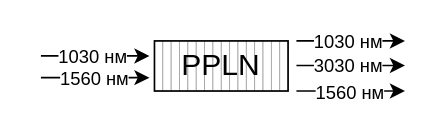
This is Presentation/images/ppln.drawio from 3dsoundfromtagan/Russian-Phd-LaTeX-Dissertation-Template, a draw.io file, before an edit. Source tidied: cells renumbered, new cells numbered last; positions are measured from the earlier drawing's top-left corner, leaving out a move shared by most shapes. Both pictures are drawn from the tidied source at 167%, with x=0, y=0 at pixel (40, 40).
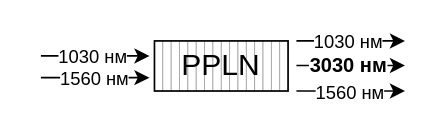
Above is the later version.

Change to the diagram source:
```diff
@@
-    <mxCell id="4" style="endArrow=classic;html=1;rounded=0;" parent="1" edge="1">
+    <mxCell id="4" style="endArrow=classic;html=1;rounded=0;fontSize=15;" parent="1" edge="1">
       <mxGeometry relative="1" as="geometry">
         <mxPoint x="153" y="14.7" as="sourcePoint" />
         <mxPoint x="218" y="14.7" as="targetPoint" />
       </mxGeometry>
     </mxCell>
-    <mxCell id="5" value="3030 нм" style="edgeLabel;html=1;align=center;verticalAlign=middle;" parent="4" vertex="1">
+    <mxCell id="5" value="&lt;b&gt;&lt;font style=&quot;font-size: 12px;&quot;&gt;3030 нм&lt;/font&gt;&lt;/b&gt;" style="edgeLabel;html=1;align=center;verticalAlign=middle;" parent="4" vertex="1">
       <mxGeometry x="0.1" y="2" relative="1" as="geometry">
         <mxPoint x="-6" y="2" as="offset" />
       </mxGeometry>
     </mxCell>
```
